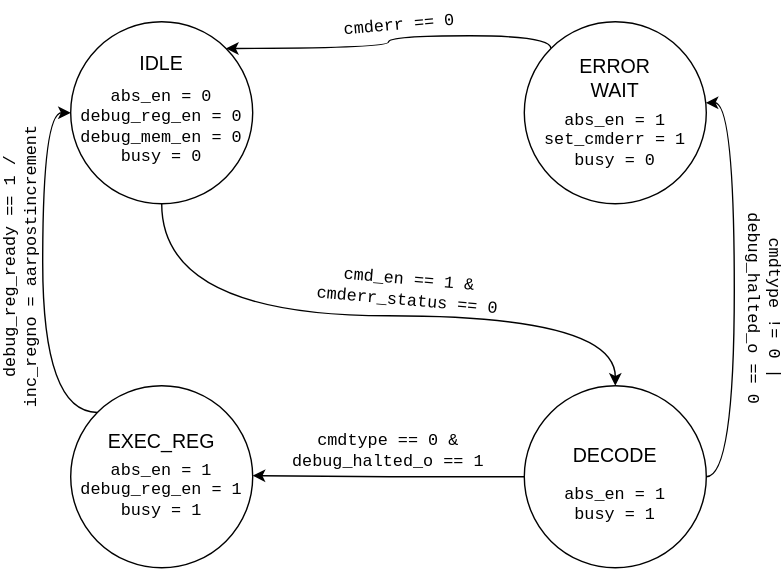
The draw.io diagram design/abstract_command_fsm.svg in husnainjatoi/MEDS-S1-debug-module, before a commit. Source tidied: cells renumbered, new cells last; positions are measured from the earlier drawing's top-left corner, leaving out a move shared by most shapes.
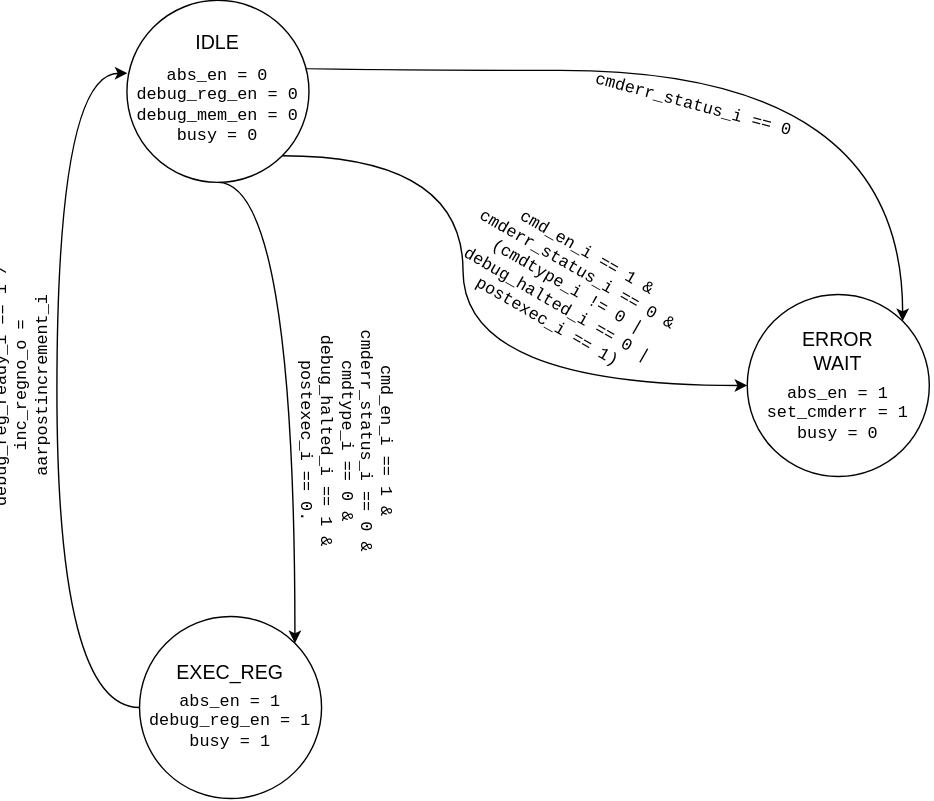
The same file after the commit.

Commit message:
Optimize FSM states

What changed in the source:
```diff
@@ -2,14 +2,23 @@
   <root>
     <mxCell id="0" />
     <mxCell id="1" parent="0" />
-    <mxCell id="2" style="edgeStyle=orthogonalEdgeStyle;rounded=0;jettySize=auto;html=1;entryX=0.5;entryY=0;entryDx=0;entryDy=0;curved=1;" parent="1" edge="1" source="3" target="6">
-      <mxGeometry relative="1" as="geometry">
-        <Array as="points">
-          <mxPoint x="205" y="222" />
-          <mxPoint x="529" y="222" />
-        </Array>
-      </mxGeometry>
-    </mxCell>
+    <mxCell id="24" style="edgeStyle=orthogonalEdgeStyle;rounded=0;jettySize=auto;html=1;exitX=1;exitY=1;exitDx=0;exitDy=0;entryX=0;entryY=0.5;entryDx=0;entryDy=0;curved=1;" parent="1" edge="1" source="3" target="15">
+      <mxGeometry relative="1" as="geometry">
+        <Array as="points">
+          <mxPoint x="380" y="123" />
+          <mxPoint x="380" y="287" />
+        </Array>
+      </mxGeometry>
+    </mxCell>
+    <mxCell id="25" style="edgeStyle=orthogonalEdgeStyle;rounded=0;jettySize=auto;html=1;exitX=0.958;exitY=0.308;exitDx=0;exitDy=0;entryX=1;entryY=0;entryDx=0;entryDy=0;curved=1;exitPerimeter=0;" parent="1" edge="1" source="3" target="15">
+      <mxGeometry relative="1" as="geometry">
+        <Array as="points">
+          <mxPoint x="205" y="52" />
+          <mxPoint x="205" y="62" />
+          <mxPoint x="694" y="62" />
+        </Array>
+      </mxGeometry>
+    </mxCell>
     <mxCell id="3" style="ellipse;whiteSpace=wrap;html=1;shapeInside=1;" parent="1" vertex="1">
       <mxGeometry x="140" y="12" width="130" height="130" as="geometry" />
     </mxCell>
@@ -19,72 +28,50 @@
     <mxCell id="5" value="&lt;div&gt;abs_en = 0&lt;/div&gt;&lt;div&gt;debug_reg_en = 0&lt;/div&gt;&lt;div&gt;debug_mem_en = 0&lt;/div&gt;&lt;div&gt;busy = 0&lt;/div&gt;" style="text;html=1;whiteSpace=wrap;strokeColor=none;fillColor=none;align=center;verticalAlign=middle;rounded=0;fontFamily=courier ;rotation=0;" parent="1" vertex="1">
       <mxGeometry x="137" y="72" width="136" height="30" as="geometry" />
     </mxCell>
-    <mxCell id="6" style="ellipse;whiteSpace=wrap;html=1;shapeInside=1;" parent="1" vertex="1">
-      <mxGeometry x="464" y="272" width="130" height="130" as="geometry" />
-    </mxCell>
-    <mxCell id="7" value="DECODE" style="text;html=1;whiteSpace=wrap;strokeColor=none;fillColor=none;align=center;verticalAlign=middle;rounded=0;fontSize=14;" parent="1" vertex="1">
-      <mxGeometry x="496" y="312" width="66" height="20" as="geometry" />
-    </mxCell>
-    <mxCell id="8" value="&lt;br&gt;&lt;div&gt;cmd_en == 1 &amp;amp;&lt;/div&gt;&lt;div&gt;cmderr_status == 0&lt;/div&gt;" style="text;html=1;whiteSpace=wrap;strokeColor=none;fillColor=none;align=center;verticalAlign=middle;rounded=0;fontFamily=courier ;rotation=5;" parent="1" vertex="1">
-      <mxGeometry x="247" y="182" width="270" height="30" as="geometry" />
-    </mxCell>
-    <mxCell id="9" style="edgeStyle=orthogonalEdgeStyle;rounded=0;jettySize=auto;html=1;exitX=0;exitY=0;exitDx=0;exitDy=0;entryX=0;entryY=0.5;entryDx=0;entryDy=0;curved=1;" parent="1" edge="1" source="10" target="3">
+    <mxCell id="9" style="edgeStyle=orthogonalEdgeStyle;rounded=0;jettySize=auto;html=1;exitX=0;exitY=0.5;exitDx=0;exitDy=0;entryX=0.003;entryY=0.4;entryDx=0;entryDy=0;curved=1;entryPerimeter=0;" parent="1" edge="1" source="10" target="3">
       <mxGeometry relative="1" as="geometry">
         <Array as="points">
-          <mxPoint x="120" y="291" />
-          <mxPoint x="120" y="77" />
+          <mxPoint x="90" y="517.1" />
+          <mxPoint x="90" y="64" />
         </Array>
       </mxGeometry>
     </mxCell>
     <mxCell id="10" style="ellipse;whiteSpace=wrap;html=1;shapeInside=1;" parent="1" vertex="1">
-      <mxGeometry x="140" y="272" width="130" height="130" as="geometry" />
+      <mxGeometry x="149" y="452" width="130" height="130" as="geometry" />
     </mxCell>
     <mxCell id="11" value="EXEC_REG" style="text;html=1;whiteSpace=wrap;strokeColor=none;fillColor=none;align=center;verticalAlign=middle;rounded=0;fontSize=14;" parent="1" vertex="1">
-      <mxGeometry x="172" y="302" width="66" height="20" as="geometry" />
+      <mxGeometry x="181" y="482" width="66" height="20" as="geometry" />
     </mxCell>
     <mxCell id="12" value="&lt;div&gt;abs_en = 1&lt;/div&gt;&lt;div&gt;debug_reg_en = 1&lt;/div&gt;&lt;div&gt;busy = 1&lt;/div&gt;" style="text;html=1;whiteSpace=wrap;strokeColor=none;fillColor=none;align=center;verticalAlign=middle;rounded=0;fontFamily=courier ;rotation=0;" parent="1" vertex="1">
-      <mxGeometry x="137" y="332" width="136" height="30" as="geometry" />
+      <mxGeometry x="146" y="512" width="136" height="30" as="geometry" />
     </mxCell>
-    <mxCell id="13" value="&lt;div&gt;cmdtype == 0 &amp;amp;&lt;/div&gt;&lt;div&gt;debug_halted_o == 1&lt;/div&gt;" style="text;html=1;whiteSpace=wrap;strokeColor=none;fillColor=none;align=center;verticalAlign=middle;rounded=0;fontFamily=courier ;rotation=0;" parent="1" vertex="1">
-      <mxGeometry x="242" y="304" width="250" height="30" as="geometry" />
-    </mxCell>
-    <mxCell id="14" style="edgeStyle=orthogonalEdgeStyle;rounded=0;jettySize=auto;html=1;exitX=0;exitY=0;exitDx=0;exitDy=0;entryX=1;entryY=0;entryDx=0;entryDy=0;curved=1;" parent="1" edge="1" source="15" target="3">
-      <mxGeometry relative="1" as="geometry">
-        <Array as="points">
-          <mxPoint x="483" y="22" />
-          <mxPoint x="367" y="22" />
-          <mxPoint x="367" y="31" />
-        </Array>
-      </mxGeometry>
-    </mxCell>
     <mxCell id="15" style="ellipse;whiteSpace=wrap;html=1;shapeInside=1;" parent="1" vertex="1">
-      <mxGeometry x="464" y="12" width="130" height="130" as="geometry" />
+      <mxGeometry x="583" y="222" width="130" height="130" as="geometry" />
     </mxCell>
     <mxCell id="16" value="&lt;div&gt;ERROR&lt;/div&gt;WAIT" style="text;html=1;whiteSpace=wrap;strokeColor=none;fillColor=none;align=center;verticalAlign=middle;rounded=0;fontSize=14;" parent="1" vertex="1">
-      <mxGeometry x="496" y="42" width="66" height="20" as="geometry" />
+      <mxGeometry x="615" y="252" width="66" height="20" as="geometry" />
     </mxCell>
     <mxCell id="17" value="&lt;div&gt;abs_en = 1&lt;/div&gt;&lt;div&gt;set_cmderr = 1&lt;/div&gt;&lt;div&gt;busy = 0&lt;/div&gt;" style="text;html=1;whiteSpace=wrap;strokeColor=none;fillColor=none;align=center;verticalAlign=middle;rounded=0;fontFamily=courier ;rotation=0;" parent="1" vertex="1">
-      <mxGeometry x="461" y="82" width="136" height="30" as="geometry" />
+      <mxGeometry x="580" y="292" width="136" height="30" as="geometry" />
     </mxCell>
-    <mxCell id="18" value="&lt;div&gt;debug_reg_ready == 1 /&lt;/div&gt;inc_regno = aarpostincrement" style="text;html=1;whiteSpace=wrap;strokeColor=none;fillColor=none;align=center;verticalAlign=middle;rounded=0;fontFamily=courier ;rotation=-90;" parent="1" vertex="1">
-      <mxGeometry y="172" width="210" height="30" as="geometry" />
+    <mxCell id="18" value="&lt;code&gt;debug_reg_ready_i == 1 / inc_regno_o = aarpostincrement_i&lt;/code&gt;" style="text;html=1;whiteSpace=wrap;strokeColor=none;fillColor=none;align=center;verticalAlign=middle;rounded=0;fontFamily=courier ;rotation=-90;" parent="1" vertex="1">
+      <mxGeometry x="-50" y="272" width="230" height="30" as="geometry" />
     </mxCell>
-    <mxCell id="19" value="cmdtype != 0 | debug_halted_o == 0" style="text;html=1;whiteSpace=wrap;strokeColor=none;fillColor=none;align=center;verticalAlign=middle;rounded=0;fontFamily=courier ;rotation=90;" parent="1" vertex="1">
-      <mxGeometry x="544" y="202" width="182" height="30" as="geometry" />
-    </mxCell>
-    <mxCell id="20" value="cmderr == 0" style="text;html=1;whiteSpace=wrap;strokeColor=none;fillColor=none;align=center;verticalAlign=middle;rounded=0;fontFamily=courier ;rotation=-5;" parent="1" vertex="1">
-      <mxGeometry x="330" width="90" height="30" as="geometry" />
-    </mxCell>
-    <mxCell id="21" value="&lt;div&gt;abs_en = 1&lt;/div&gt;&lt;div&gt;busy = 1&lt;/div&gt;" style="text;html=1;whiteSpace=wrap;strokeColor=none;fillColor=none;align=center;verticalAlign=middle;rounded=0;fontFamily=courier ;rotation=0;" parent="1" vertex="1">
-      <mxGeometry x="461" y="342" width="136" height="30" as="geometry" />
-    </mxCell>
-    <mxCell id="22" style="edgeStyle=orthogonalEdgeStyle;rounded=0;jettySize=auto;html=1;exitX=1;exitY=0.5;exitDx=0;exitDy=0;entryX=0.997;entryY=0.445;entryDx=0;entryDy=0;entryPerimeter=0;curved=1;" parent="1" edge="1" source="6" target="15">
-      <mxGeometry relative="1" as="geometry" />
-    </mxCell>
-    <mxCell id="23" style="edgeStyle=orthogonalEdgeStyle;rounded=0;jettySize=auto;html=1;exitX=0;exitY=0.5;exitDx=0;exitDy=0;" parent="1" edge="1" source="6">
-      <mxGeometry relative="1" as="geometry">
-        <mxPoint x="270" y="336.2" as="targetPoint" />
-      </mxGeometry>
-    </mxCell>
+    <mxCell id="26" value="cmd_en_i == 1 &amp;amp; cmderr_status_i == 0 &amp;amp; cmdtype_i == 0 &amp;amp; debug_halted_i == 1 &amp;amp; postexec_i == 0." style="text;html=1;whiteSpace=wrap;strokeColor=none;fillColor=none;align=center;verticalAlign=middle;rounded=0;fontFamily=courier ;rotation=90;" parent="1" vertex="1">
+      <mxGeometry x="192" y="312" width="210" height="30" as="geometry" />
+    </mxCell>
+    <mxCell id="27" style="edgeStyle=orthogonalEdgeStyle;rounded=0;jettySize=auto;html=1;exitX=0.5;exitY=1;exitDx=0;exitDy=0;entryX=1;entryY=0;entryDx=0;entryDy=0;curved=1;" parent="1" edge="1" source="3" target="10">
+      <mxGeometry relative="1" as="geometry">
+        <Array as="points">
+          <mxPoint x="260" y="142" />
+        </Array>
+      </mxGeometry>
+    </mxCell>
+    <mxCell id="28" value="cmd_en_i == 1 &amp;amp; cmderr_status_i == 0 &amp;amp; (cmdtype_i != 0 | debug_halted_i == 0 | postexec_i == 1)" style="text;html=1;whiteSpace=wrap;strokeColor=none;fillColor=none;align=center;verticalAlign=middle;rounded=0;fontFamily=courier ;rotation=30;" parent="1" vertex="1">
+      <mxGeometry x="350" y="202" width="210" height="30" as="geometry" />
+    </mxCell>
+    <mxCell id="29" value="&lt;code&gt;cmderr_status_i == 0&lt;/code&gt;" style="text;html=1;whiteSpace=wrap;strokeColor=none;fillColor=none;align=center;verticalAlign=middle;rounded=0;fontFamily=courier ;rotation=15;" parent="1" vertex="1">
+      <mxGeometry x="420" y="72" width="250" height="30" as="geometry" />
+    </mxCell>
   </root>
 </mxGraphModel>
```
